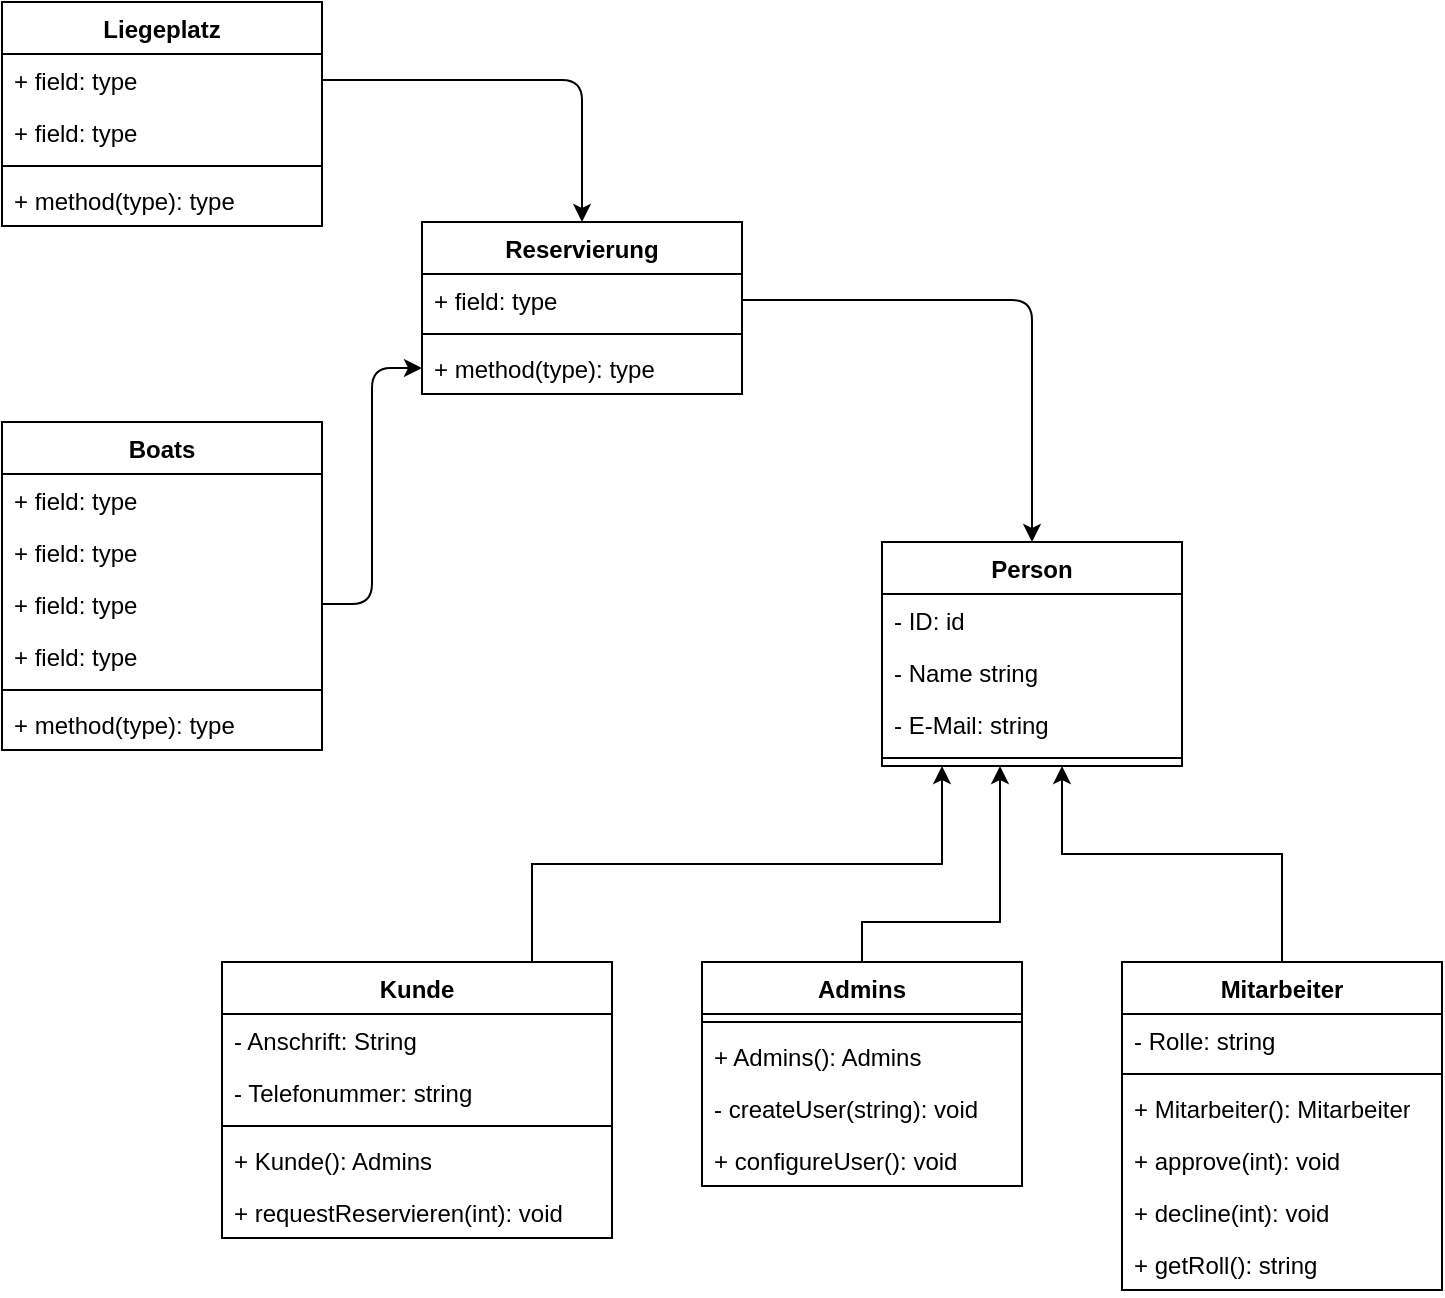
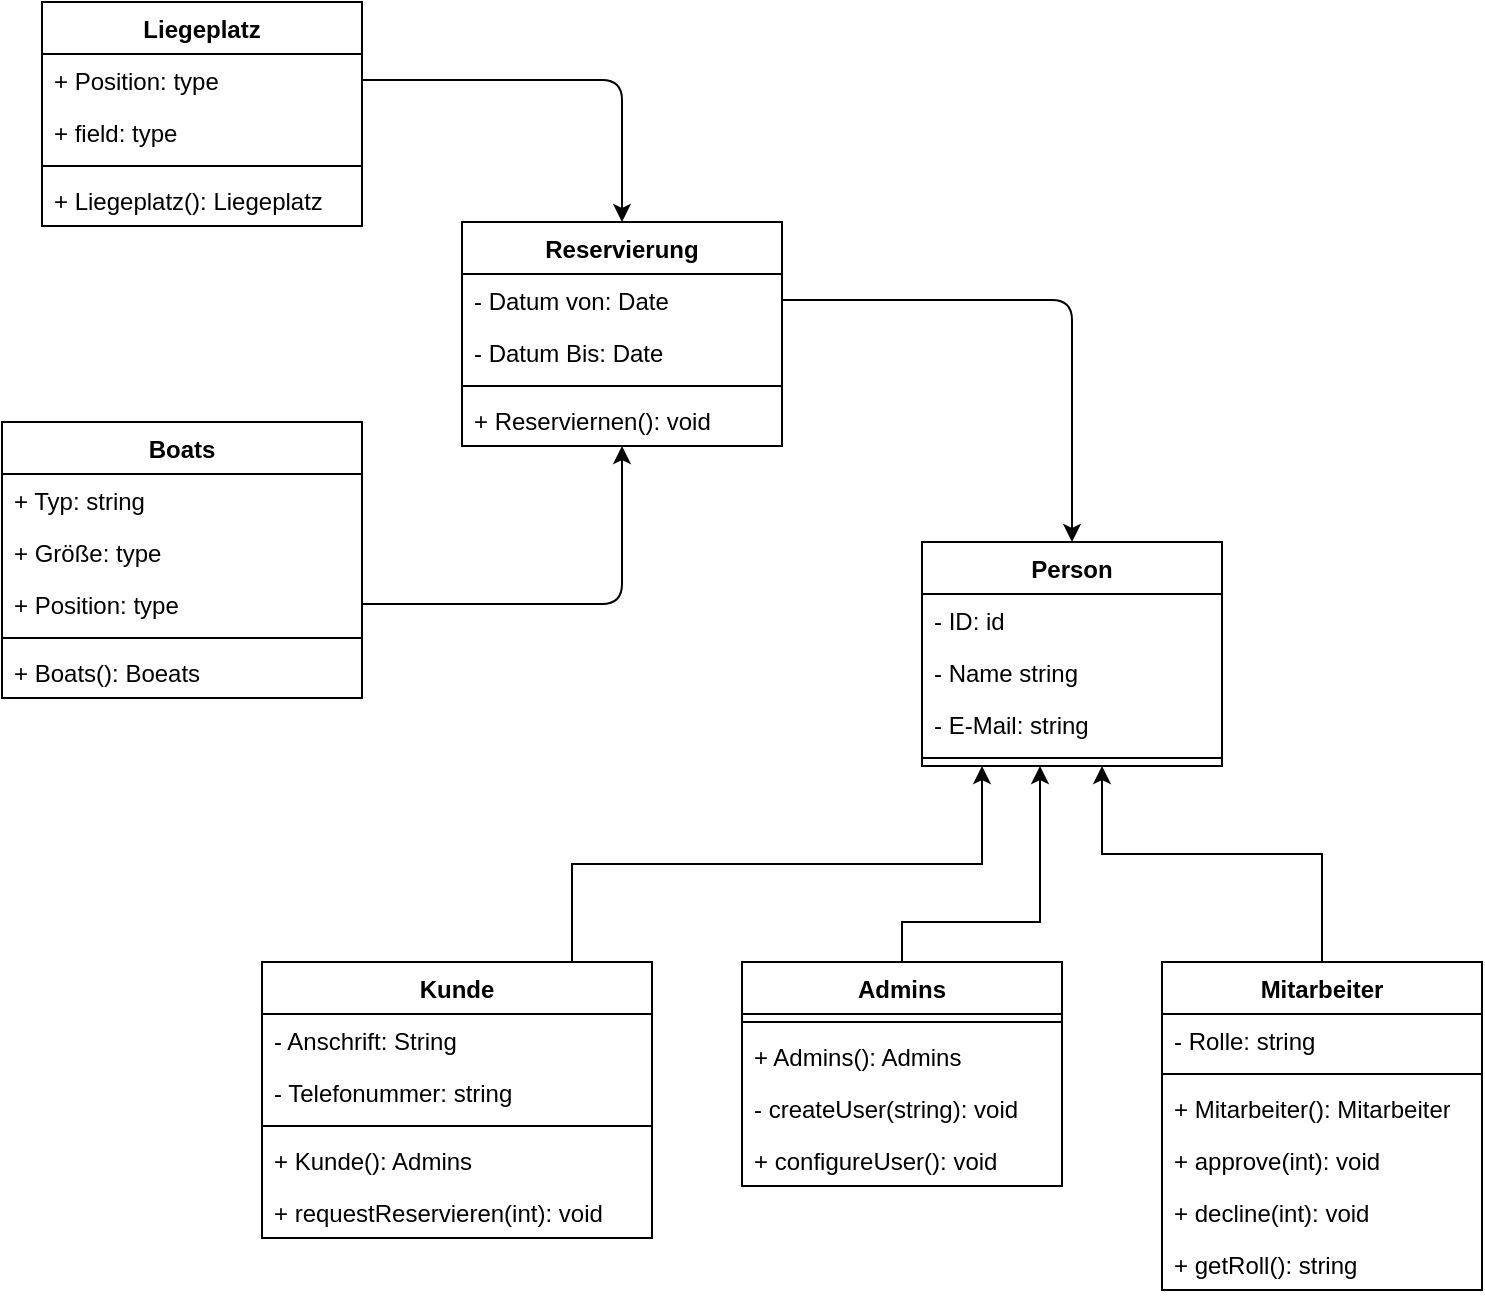
<mxfile host="65bd71144e">
    <diagram name="Page-1" id="9OoCb4LCpa7YlqVUgmHh">
-         <mxGraphModel dx="1272" dy="1338" grid="1" gridSize="10" guides="1" tooltips="1" connect="1" arrows="1" fold="1" page="1" pageScale="1" pageWidth="850" pageHeight="1100" math="0" shadow="0">
+         <mxGraphModel dx="1040" dy="743" grid="1" gridSize="10" guides="1" tooltips="1" connect="1" arrows="1" fold="1" page="1" pageScale="1" pageWidth="850" pageHeight="1100" math="0" shadow="0">
            <root>
                <mxCell id="0"/>
                <mxCell id="1" parent="0"/>
                <mxCell id="7pZR6Eqi53u3HSYLm5XF-1" value="Person" style="swimlane;fontStyle=1;align=center;verticalAlign=top;childLayout=stackLayout;horizontal=1;startSize=26;horizontalStack=0;resizeParent=1;resizeParentMax=0;resizeLast=0;collapsible=1;marginBottom=0;whiteSpace=wrap;html=1;" parent="1" vertex="1">
                    <mxGeometry x="560" y="340" width="150" height="112" as="geometry"/>
                </mxCell>
                <mxCell id="7pZR6Eqi53u3HSYLm5XF-2" value="- ID: id" style="text;strokeColor=none;fillColor=none;align=left;verticalAlign=top;spacingLeft=4;spacingRight=4;overflow=hidden;rotatable=0;points=[[0,0.5],[1,0.5]];portConstraint=eastwest;whiteSpace=wrap;html=1;" parent="7pZR6Eqi53u3HSYLm5XF-1" vertex="1">
                    <mxGeometry y="26" width="150" height="26" as="geometry"/>
                </mxCell>
                <mxCell id="7pZR6Eqi53u3HSYLm5XF-37" value="- Name string" style="text;strokeColor=none;fillColor=none;align=left;verticalAlign=top;spacingLeft=4;spacingRight=4;overflow=hidden;rotatable=0;points=[[0,0.5],[1,0.5]];portConstraint=eastwest;whiteSpace=wrap;html=1;" parent="7pZR6Eqi53u3HSYLm5XF-1" vertex="1">
                    <mxGeometry y="52" width="150" height="26" as="geometry"/>
                </mxCell>
                <mxCell id="7pZR6Eqi53u3HSYLm5XF-41" value="- E-Mail: string" style="text;strokeColor=none;fillColor=none;align=left;verticalAlign=top;spacingLeft=4;spacingRight=4;overflow=hidden;rotatable=0;points=[[0,0.5],[1,0.5]];portConstraint=eastwest;whiteSpace=wrap;html=1;" parent="7pZR6Eqi53u3HSYLm5XF-1" vertex="1">
                    <mxGeometry y="78" width="150" height="26" as="geometry"/>
                </mxCell>
                <mxCell id="7pZR6Eqi53u3HSYLm5XF-3" value="" style="line;strokeWidth=1;fillColor=none;align=left;verticalAlign=middle;spacingTop=-1;spacingLeft=3;spacingRight=3;rotatable=0;labelPosition=right;points=[];portConstraint=eastwest;strokeColor=inherit;" parent="7pZR6Eqi53u3HSYLm5XF-1" vertex="1">
                    <mxGeometry y="104" width="150" height="8" as="geometry"/>
                </mxCell>
                <mxCell id="7pZR6Eqi53u3HSYLm5XF-5" value="Admins" style="swimlane;fontStyle=1;align=center;verticalAlign=top;childLayout=stackLayout;horizontal=1;startSize=26;horizontalStack=0;resizeParent=1;resizeParentMax=0;resizeLast=0;collapsible=1;marginBottom=0;whiteSpace=wrap;html=1;" parent="1" vertex="1">
                    <mxGeometry x="470" y="550" width="160" height="112" as="geometry"/>
                </mxCell>
                <mxCell id="7pZR6Eqi53u3HSYLm5XF-7" value="" style="line;strokeWidth=1;fillColor=none;align=left;verticalAlign=middle;spacingTop=-1;spacingLeft=3;spacingRight=3;rotatable=0;labelPosition=right;points=[];portConstraint=eastwest;strokeColor=inherit;" parent="7pZR6Eqi53u3HSYLm5XF-5" vertex="1">
                    <mxGeometry y="26" width="160" height="8" as="geometry"/>
                </mxCell>
                <mxCell id="7pZR6Eqi53u3HSYLm5XF-45" value="+ Admins(): Admins" style="text;strokeColor=none;fillColor=none;align=left;verticalAlign=top;spacingLeft=4;spacingRight=4;overflow=hidden;rotatable=0;points=[[0,0.5],[1,0.5]];portConstraint=eastwest;whiteSpace=wrap;html=1;" parent="7pZR6Eqi53u3HSYLm5XF-5" vertex="1">
                    <mxGeometry y="34" width="160" height="26" as="geometry"/>
                </mxCell>
                <mxCell id="7pZR6Eqi53u3HSYLm5XF-8" value="- createUser(string): void" style="text;strokeColor=none;fillColor=none;align=left;verticalAlign=top;spacingLeft=4;spacingRight=4;overflow=hidden;rotatable=0;points=[[0,0.5],[1,0.5]];portConstraint=eastwest;whiteSpace=wrap;html=1;" parent="7pZR6Eqi53u3HSYLm5XF-5" vertex="1">
                    <mxGeometry y="60" width="160" height="26" as="geometry"/>
                </mxCell>
                <mxCell id="7pZR6Eqi53u3HSYLm5XF-86" value="+ configureUser(): void" style="text;strokeColor=none;fillColor=none;align=left;verticalAlign=top;spacingLeft=4;spacingRight=4;overflow=hidden;rotatable=0;points=[[0,0.5],[1,0.5]];portConstraint=eastwest;whiteSpace=wrap;html=1;" parent="7pZR6Eqi53u3HSYLm5XF-5" vertex="1">
                    <mxGeometry y="86" width="160" height="26" as="geometry"/>
                </mxCell>
                <mxCell id="7pZR6Eqi53u3HSYLm5XF-38" style="edgeStyle=orthogonalEdgeStyle;rounded=0;orthogonalLoop=1;jettySize=auto;html=1;" parent="1" source="7pZR6Eqi53u3HSYLm5XF-9" target="7pZR6Eqi53u3HSYLm5XF-1" edge="1">
                    <mxGeometry relative="1" as="geometry">
                        <mxPoint x="660" y="460" as="targetPoint"/>
                        <Array as="points">
                            <mxPoint x="760" y="496"/>
                            <mxPoint x="650" y="496"/>
                        </Array>
                    </mxGeometry>
                </mxCell>
                <mxCell id="7pZR6Eqi53u3HSYLm5XF-9" value="Mitarbeiter" style="swimlane;fontStyle=1;align=center;verticalAlign=top;childLayout=stackLayout;horizontal=1;startSize=26;horizontalStack=0;resizeParent=1;resizeParentMax=0;resizeLast=0;collapsible=1;marginBottom=0;whiteSpace=wrap;html=1;" parent="1" vertex="1">
                    <mxGeometry x="680" y="550" width="160" height="164" as="geometry"/>
                </mxCell>
                <mxCell id="7pZR6Eqi53u3HSYLm5XF-10" value="- Rolle: string" style="text;strokeColor=none;fillColor=none;align=left;verticalAlign=top;spacingLeft=4;spacingRight=4;overflow=hidden;rotatable=0;points=[[0,0.5],[1,0.5]];portConstraint=eastwest;whiteSpace=wrap;html=1;" parent="7pZR6Eqi53u3HSYLm5XF-9" vertex="1">
                    <mxGeometry y="26" width="160" height="26" as="geometry"/>
                </mxCell>
                <mxCell id="7pZR6Eqi53u3HSYLm5XF-11" value="" style="line;strokeWidth=1;fillColor=none;align=left;verticalAlign=middle;spacingTop=-1;spacingLeft=3;spacingRight=3;rotatable=0;labelPosition=right;points=[];portConstraint=eastwest;strokeColor=inherit;" parent="7pZR6Eqi53u3HSYLm5XF-9" vertex="1">
                    <mxGeometry y="52" width="160" height="8" as="geometry"/>
                </mxCell>
                <mxCell id="7pZR6Eqi53u3HSYLm5XF-44" value="+ Mitarbeiter(): Mitarbeiter" style="text;strokeColor=none;fillColor=none;align=left;verticalAlign=top;spacingLeft=4;spacingRight=4;overflow=hidden;rotatable=0;points=[[0,0.5],[1,0.5]];portConstraint=eastwest;whiteSpace=wrap;html=1;" parent="7pZR6Eqi53u3HSYLm5XF-9" vertex="1">
                    <mxGeometry y="60" width="160" height="26" as="geometry"/>
                </mxCell>
                <mxCell id="7pZR6Eqi53u3HSYLm5XF-12" value="+ approve(int): void" style="text;strokeColor=none;fillColor=none;align=left;verticalAlign=top;spacingLeft=4;spacingRight=4;overflow=hidden;rotatable=0;points=[[0,0.5],[1,0.5]];portConstraint=eastwest;whiteSpace=wrap;html=1;" parent="7pZR6Eqi53u3HSYLm5XF-9" vertex="1">
                    <mxGeometry y="86" width="160" height="26" as="geometry"/>
                </mxCell>
                <mxCell id="7pZR6Eqi53u3HSYLm5XF-43" value="+ decline(int): void" style="text;strokeColor=none;fillColor=none;align=left;verticalAlign=top;spacingLeft=4;spacingRight=4;overflow=hidden;rotatable=0;points=[[0,0.5],[1,0.5]];portConstraint=eastwest;whiteSpace=wrap;html=1;" parent="7pZR6Eqi53u3HSYLm5XF-9" vertex="1">
                    <mxGeometry y="112" width="160" height="26" as="geometry"/>
                </mxCell>
                <mxCell id="7pZR6Eqi53u3HSYLm5XF-88" value="+ getRoll(): string" style="text;strokeColor=none;fillColor=none;align=left;verticalAlign=top;spacingLeft=4;spacingRight=4;overflow=hidden;rotatable=0;points=[[0,0.5],[1,0.5]];portConstraint=eastwest;whiteSpace=wrap;html=1;" parent="7pZR6Eqi53u3HSYLm5XF-9" vertex="1">
                    <mxGeometry y="138" width="160" height="26" as="geometry"/>
                </mxCell>
                <mxCell id="7pZR6Eqi53u3HSYLm5XF-13" value="Boats" style="swimlane;fontStyle=1;align=center;verticalAlign=top;childLayout=stackLayout;horizontal=1;startSize=26;horizontalStack=0;resizeParent=1;resizeParentMax=0;resizeLast=0;collapsible=1;marginBottom=0;whiteSpace=wrap;html=1;" parent="1" vertex="1">
-                     <mxGeometry x="120" y="280" width="160" height="164" as="geometry"/>
+                     <mxGeometry x="100" y="280" width="180" height="138" as="geometry"/>
                </mxCell>
-                 <mxCell id="7pZR6Eqi53u3HSYLm5XF-14" value="+ field: type" style="text;strokeColor=none;fillColor=none;align=left;verticalAlign=top;spacingLeft=4;spacingRight=4;overflow=hidden;rotatable=0;points=[[0,0.5],[1,0.5]];portConstraint=eastwest;whiteSpace=wrap;html=1;" parent="7pZR6Eqi53u3HSYLm5XF-13" vertex="1">
-                     <mxGeometry y="26" width="160" height="26" as="geometry"/>
+                 <mxCell id="7pZR6Eqi53u3HSYLm5XF-14" value="+ Typ: string" style="text;strokeColor=none;fillColor=none;align=left;verticalAlign=top;spacingLeft=4;spacingRight=4;overflow=hidden;rotatable=0;points=[[0,0.5],[1,0.5]];portConstraint=eastwest;whiteSpace=wrap;html=1;" parent="7pZR6Eqi53u3HSYLm5XF-13" vertex="1">
+                     <mxGeometry y="26" width="180" height="26" as="geometry"/>
                </mxCell>
-                 <mxCell id="7" value="+ field: type" style="text;strokeColor=none;fillColor=none;align=left;verticalAlign=top;spacingLeft=4;spacingRight=4;overflow=hidden;rotatable=0;points=[[0,0.5],[1,0.5]];portConstraint=eastwest;whiteSpace=wrap;html=1;" vertex="1" parent="7pZR6Eqi53u3HSYLm5XF-13">
-                     <mxGeometry y="52" width="160" height="26" as="geometry"/>
+                 <mxCell id="7" value="+ Größe: type" style="text;strokeColor=none;fillColor=none;align=left;verticalAlign=top;spacingLeft=4;spacingRight=4;overflow=hidden;rotatable=0;points=[[0,0.5],[1,0.5]];portConstraint=eastwest;whiteSpace=wrap;html=1;" parent="7pZR6Eqi53u3HSYLm5XF-13" vertex="1">
+                     <mxGeometry y="52" width="180" height="26" as="geometry"/>
                </mxCell>
-                 <mxCell id="8" value="+ field: type" style="text;strokeColor=none;fillColor=none;align=left;verticalAlign=top;spacingLeft=4;spacingRight=4;overflow=hidden;rotatable=0;points=[[0,0.5],[1,0.5]];portConstraint=eastwest;whiteSpace=wrap;html=1;" vertex="1" parent="7pZR6Eqi53u3HSYLm5XF-13">
-                     <mxGeometry y="78" width="160" height="26" as="geometry"/>
-                 </mxCell>
-                 <mxCell id="5" value="+ field: type" style="text;strokeColor=none;fillColor=none;align=left;verticalAlign=top;spacingLeft=4;spacingRight=4;overflow=hidden;rotatable=0;points=[[0,0.5],[1,0.5]];portConstraint=eastwest;whiteSpace=wrap;html=1;" vertex="1" parent="7pZR6Eqi53u3HSYLm5XF-13">
-                     <mxGeometry y="104" width="160" height="26" as="geometry"/>
+                 <mxCell id="8" value="+ Position: type" style="text;strokeColor=none;fillColor=none;align=left;verticalAlign=top;spacingLeft=4;spacingRight=4;overflow=hidden;rotatable=0;points=[[0,0.5],[1,0.5]];portConstraint=eastwest;whiteSpace=wrap;html=1;" parent="7pZR6Eqi53u3HSYLm5XF-13" vertex="1">
+                     <mxGeometry y="78" width="180" height="26" as="geometry"/>
                </mxCell>
                <mxCell id="7pZR6Eqi53u3HSYLm5XF-15" value="" style="line;strokeWidth=1;fillColor=none;align=left;verticalAlign=middle;spacingTop=-1;spacingLeft=3;spacingRight=3;rotatable=0;labelPosition=right;points=[];portConstraint=eastwest;strokeColor=inherit;" parent="7pZR6Eqi53u3HSYLm5XF-13" vertex="1">
-                     <mxGeometry y="130" width="160" height="8" as="geometry"/>
+                     <mxGeometry y="104" width="180" height="8" as="geometry"/>
                </mxCell>
-                 <mxCell id="7pZR6Eqi53u3HSYLm5XF-16" value="+ method(type): type" style="text;strokeColor=none;fillColor=none;align=left;verticalAlign=top;spacingLeft=4;spacingRight=4;overflow=hidden;rotatable=0;points=[[0,0.5],[1,0.5]];portConstraint=eastwest;whiteSpace=wrap;html=1;" parent="7pZR6Eqi53u3HSYLm5XF-13" vertex="1">
-                     <mxGeometry y="138" width="160" height="26" as="geometry"/>
+                 <mxCell id="13" value="+ Boats(): Boeats" style="text;strokeColor=none;fillColor=none;align=left;verticalAlign=top;spacingLeft=4;spacingRight=4;overflow=hidden;rotatable=0;points=[[0,0.5],[1,0.5]];portConstraint=eastwest;whiteSpace=wrap;html=1;" vertex="1" parent="7pZR6Eqi53u3HSYLm5XF-13">
+                     <mxGeometry y="112" width="180" height="26" as="geometry"/>
                </mxCell>
                <mxCell id="7pZR6Eqi53u3HSYLm5XF-17" value="Liegeplatz" style="swimlane;fontStyle=1;align=center;verticalAlign=top;childLayout=stackLayout;horizontal=1;startSize=26;horizontalStack=0;resizeParent=1;resizeParentMax=0;resizeLast=0;collapsible=1;marginBottom=0;whiteSpace=wrap;html=1;" parent="1" vertex="1">
                    <mxGeometry x="120" y="70" width="160" height="112" as="geometry"/>
                </mxCell>
-                 <mxCell id="7pZR6Eqi53u3HSYLm5XF-18" value="+ field: type" style="text;strokeColor=none;fillColor=none;align=left;verticalAlign=top;spacingLeft=4;spacingRight=4;overflow=hidden;rotatable=0;points=[[0,0.5],[1,0.5]];portConstraint=eastwest;whiteSpace=wrap;html=1;" parent="7pZR6Eqi53u3HSYLm5XF-17" vertex="1">
+                 <mxCell id="7pZR6Eqi53u3HSYLm5XF-18" value="+ Position: type" style="text;strokeColor=none;fillColor=none;align=left;verticalAlign=top;spacingLeft=4;spacingRight=4;overflow=hidden;rotatable=0;points=[[0,0.5],[1,0.5]];portConstraint=eastwest;whiteSpace=wrap;html=1;" parent="7pZR6Eqi53u3HSYLm5XF-17" vertex="1">
                    <mxGeometry y="26" width="160" height="26" as="geometry"/>
                </mxCell>
-                 <mxCell id="2" value="+ field: type" style="text;strokeColor=none;fillColor=none;align=left;verticalAlign=top;spacingLeft=4;spacingRight=4;overflow=hidden;rotatable=0;points=[[0,0.5],[1,0.5]];portConstraint=eastwest;whiteSpace=wrap;html=1;" vertex="1" parent="7pZR6Eqi53u3HSYLm5XF-17">
+                 <mxCell id="2" value="+ field: type" style="text;strokeColor=none;fillColor=none;align=left;verticalAlign=top;spacingLeft=4;spacingRight=4;overflow=hidden;rotatable=0;points=[[0,0.5],[1,0.5]];portConstraint=eastwest;whiteSpace=wrap;html=1;" parent="7pZR6Eqi53u3HSYLm5XF-17" vertex="1">
                    <mxGeometry y="52" width="160" height="26" as="geometry"/>
                </mxCell>
                <mxCell id="7pZR6Eqi53u3HSYLm5XF-19" value="" style="line;strokeWidth=1;fillColor=none;align=left;verticalAlign=middle;spacingTop=-1;spacingLeft=3;spacingRight=3;rotatable=0;labelPosition=right;points=[];portConstraint=eastwest;strokeColor=inherit;" parent="7pZR6Eqi53u3HSYLm5XF-17" vertex="1">
                    <mxGeometry y="78" width="160" height="8" as="geometry"/>
                </mxCell>
-                 <mxCell id="7pZR6Eqi53u3HSYLm5XF-20" value="+ method(type): type" style="text;strokeColor=none;fillColor=none;align=left;verticalAlign=top;spacingLeft=4;spacingRight=4;overflow=hidden;rotatable=0;points=[[0,0.5],[1,0.5]];portConstraint=eastwest;whiteSpace=wrap;html=1;" parent="7pZR6Eqi53u3HSYLm5XF-17" vertex="1">
+                 <mxCell id="7pZR6Eqi53u3HSYLm5XF-20" value="+ Liegeplatz(): Liegeplatz" style="text;strokeColor=none;fillColor=none;align=left;verticalAlign=top;spacingLeft=4;spacingRight=4;overflow=hidden;rotatable=0;points=[[0,0.5],[1,0.5]];portConstraint=eastwest;whiteSpace=wrap;html=1;" parent="7pZR6Eqi53u3HSYLm5XF-17" vertex="1">
                    <mxGeometry y="86" width="160" height="26" as="geometry"/>
                </mxCell>
                <mxCell id="7pZR6Eqi53u3HSYLm5XF-21" value="Reservierung" style="swimlane;fontStyle=1;align=center;verticalAlign=top;childLayout=stackLayout;horizontal=1;startSize=26;horizontalStack=0;resizeParent=1;resizeParentMax=0;resizeLast=0;collapsible=1;marginBottom=0;whiteSpace=wrap;html=1;" parent="1" vertex="1">
-                     <mxGeometry x="330" y="180" width="160" height="86" as="geometry"/>
+                     <mxGeometry x="330" y="180" width="160" height="112" as="geometry"/>
                </mxCell>
-                 <mxCell id="7pZR6Eqi53u3HSYLm5XF-22" value="+ field: type" style="text;strokeColor=none;fillColor=none;align=left;verticalAlign=top;spacingLeft=4;spacingRight=4;overflow=hidden;rotatable=0;points=[[0,0.5],[1,0.5]];portConstraint=eastwest;whiteSpace=wrap;html=1;" parent="7pZR6Eqi53u3HSYLm5XF-21" vertex="1">
+                 <mxCell id="7pZR6Eqi53u3HSYLm5XF-22" value="- Datum von: Date" style="text;strokeColor=none;fillColor=none;align=left;verticalAlign=top;spacingLeft=4;spacingRight=4;overflow=hidden;rotatable=0;points=[[0,0.5],[1,0.5]];portConstraint=eastwest;whiteSpace=wrap;html=1;" parent="7pZR6Eqi53u3HSYLm5XF-21" vertex="1">
                    <mxGeometry y="26" width="160" height="26" as="geometry"/>
                </mxCell>
+                 <mxCell id="12" value="- Datum Bis: Date" style="text;strokeColor=none;fillColor=none;align=left;verticalAlign=top;spacingLeft=4;spacingRight=4;overflow=hidden;rotatable=0;points=[[0,0.5],[1,0.5]];portConstraint=eastwest;whiteSpace=wrap;html=1;" vertex="1" parent="7pZR6Eqi53u3HSYLm5XF-21">
+                     <mxGeometry y="52" width="160" height="26" as="geometry"/>
+                 </mxCell>
                <mxCell id="7pZR6Eqi53u3HSYLm5XF-23" value="" style="line;strokeWidth=1;fillColor=none;align=left;verticalAlign=middle;spacingTop=-1;spacingLeft=3;spacingRight=3;rotatable=0;labelPosition=right;points=[];portConstraint=eastwest;strokeColor=inherit;" parent="7pZR6Eqi53u3HSYLm5XF-21" vertex="1">
-                     <mxGeometry y="52" width="160" height="8" as="geometry"/>
+                     <mxGeometry y="78" width="160" height="8" as="geometry"/>
                </mxCell>
-                 <mxCell id="7pZR6Eqi53u3HSYLm5XF-24" value="+ method(type): type" style="text;strokeColor=none;fillColor=none;align=left;verticalAlign=top;spacingLeft=4;spacingRight=4;overflow=hidden;rotatable=0;points=[[0,0.5],[1,0.5]];portConstraint=eastwest;whiteSpace=wrap;html=1;" parent="7pZR6Eqi53u3HSYLm5XF-21" vertex="1">
-                     <mxGeometry y="60" width="160" height="26" as="geometry"/>
+                 <mxCell id="14" value="+ Reserviernen(): void" style="text;strokeColor=none;fillColor=none;align=left;verticalAlign=top;spacingLeft=4;spacingRight=4;overflow=hidden;rotatable=0;points=[[0,0.5],[1,0.5]];portConstraint=eastwest;whiteSpace=wrap;html=1;" vertex="1" parent="7pZR6Eqi53u3HSYLm5XF-21">
+                     <mxGeometry y="86" width="160" height="26" as="geometry"/>
                </mxCell>
                <mxCell id="7pZR6Eqi53u3HSYLm5XF-39" style="edgeStyle=orthogonalEdgeStyle;rounded=0;orthogonalLoop=1;jettySize=auto;html=1;exitX=0.75;exitY=0;exitDx=0;exitDy=0;" parent="1" source="7pZR6Eqi53u3HSYLm5XF-29" target="7pZR6Eqi53u3HSYLm5XF-1" edge="1">
                    <mxGeometry relative="1" as="geometry">
                        <Array as="points">
                            <mxPoint x="385" y="501"/>
                            <mxPoint x="590" y="501"/>
                        </Array>
                    </mxGeometry>
                </mxCell>
                <mxCell id="7pZR6Eqi53u3HSYLm5XF-29" value="Kunde" style="swimlane;fontStyle=1;align=center;verticalAlign=top;childLayout=stackLayout;horizontal=1;startSize=26;horizontalStack=0;resizeParent=1;resizeParentMax=0;resizeLast=0;collapsible=1;marginBottom=0;whiteSpace=wrap;html=1;" parent="1" vertex="1">
                    <mxGeometry x="230" y="550" width="195" height="138" as="geometry"/>
                </mxCell>
                <mxCell id="7pZR6Eqi53u3HSYLm5XF-30" value="- Anschrift: String" style="text;strokeColor=none;fillColor=none;align=left;verticalAlign=top;spacingLeft=4;spacingRight=4;overflow=hidden;rotatable=0;points=[[0,0.5],[1,0.5]];portConstraint=eastwest;whiteSpace=wrap;html=1;" parent="7pZR6Eqi53u3HSYLm5XF-29" vertex="1">
                    <mxGeometry y="26" width="195" height="26" as="geometry"/>
                </mxCell>
                <mxCell id="7pZR6Eqi53u3HSYLm5XF-40" value="&lt;span style=&quot;background-color: transparent; color: light-dark(rgb(0, 0, 0), rgb(255, 255, 255));&quot;&gt;- Telefonummer: string&lt;/span&gt;" style="text;strokeColor=none;fillColor=none;align=left;verticalAlign=top;spacingLeft=4;spacingRight=4;overflow=hidden;rotatable=0;points=[[0,0.5],[1,0.5]];portConstraint=eastwest;whiteSpace=wrap;html=1;" parent="7pZR6Eqi53u3HSYLm5XF-29" vertex="1">
                    <mxGeometry y="52" width="195" height="26" as="geometry"/>
                </mxCell>
                <mxCell id="7pZR6Eqi53u3HSYLm5XF-31" value="" style="line;strokeWidth=1;fillColor=none;align=left;verticalAlign=middle;spacingTop=-1;spacingLeft=3;spacingRight=3;rotatable=0;labelPosition=right;points=[];portConstraint=eastwest;strokeColor=inherit;" parent="7pZR6Eqi53u3HSYLm5XF-29" vertex="1">
                    <mxGeometry y="78" width="195" height="8" as="geometry"/>
                </mxCell>
                <mxCell id="7pZR6Eqi53u3HSYLm5XF-85" value="+ Kunde(): Admins" style="text;strokeColor=none;fillColor=none;align=left;verticalAlign=top;spacingLeft=4;spacingRight=4;overflow=hidden;rotatable=0;points=[[0,0.5],[1,0.5]];portConstraint=eastwest;whiteSpace=wrap;html=1;" parent="7pZR6Eqi53u3HSYLm5XF-29" vertex="1">
                    <mxGeometry y="86" width="195" height="26" as="geometry"/>
                </mxCell>
                <mxCell id="7pZR6Eqi53u3HSYLm5XF-32" value="+ requestReservieren(int): void" style="text;strokeColor=none;fillColor=none;align=left;verticalAlign=top;spacingLeft=4;spacingRight=4;overflow=hidden;rotatable=0;points=[[0,0.5],[1,0.5]];portConstraint=eastwest;whiteSpace=wrap;html=1;" parent="7pZR6Eqi53u3HSYLm5XF-29" vertex="1">
                    <mxGeometry y="112" width="195" height="26" as="geometry"/>
                </mxCell>
                <mxCell id="7pZR6Eqi53u3HSYLm5XF-34" style="edgeStyle=orthogonalEdgeStyle;rounded=0;orthogonalLoop=1;jettySize=auto;html=1;exitX=0.5;exitY=0;exitDx=0;exitDy=0;" parent="1" source="7pZR6Eqi53u3HSYLm5XF-5" target="7pZR6Eqi53u3HSYLm5XF-1" edge="1">
                    <mxGeometry relative="1" as="geometry">
                        <mxPoint x="619" y="460" as="targetPoint"/>
                        <Array as="points">
                            <mxPoint x="550" y="530"/>
                            <mxPoint x="619" y="530"/>
                        </Array>
                    </mxGeometry>
                </mxCell>
-                 <mxCell id="4" style="edgeStyle=orthogonalEdgeStyle;html=1;entryX=0.5;entryY=0;entryDx=0;entryDy=0;" edge="1" parent="1" source="7pZR6Eqi53u3HSYLm5XF-18" target="7pZR6Eqi53u3HSYLm5XF-21">
+                 <mxCell id="4" style="edgeStyle=orthogonalEdgeStyle;html=1;entryX=0.5;entryY=0;entryDx=0;entryDy=0;" parent="1" source="7pZR6Eqi53u3HSYLm5XF-18" target="7pZR6Eqi53u3HSYLm5XF-21" edge="1">
                    <mxGeometry relative="1" as="geometry"/>
                </mxCell>
-                 <mxCell id="10" style="edgeStyle=orthogonalEdgeStyle;html=1;" edge="1" parent="1" source="8" target="7pZR6Eqi53u3HSYLm5XF-24">
-                     <mxGeometry relative="1" as="geometry"/>
+                 <mxCell id="10" style="edgeStyle=orthogonalEdgeStyle;html=1;entryX=0.5;entryY=1;entryDx=0;entryDy=0;" parent="1" source="8" target="7pZR6Eqi53u3HSYLm5XF-21" edge="1">
+                     <mxGeometry relative="1" as="geometry">
+                         <mxPoint x="330" y="278.9999999999999" as="targetPoint"/>
+                     </mxGeometry>
                </mxCell>
-                 <mxCell id="11" style="edgeStyle=orthogonalEdgeStyle;html=1;entryX=0.5;entryY=0;entryDx=0;entryDy=0;" edge="1" parent="1" source="7pZR6Eqi53u3HSYLm5XF-22" target="7pZR6Eqi53u3HSYLm5XF-1">
+                 <mxCell id="11" style="edgeStyle=orthogonalEdgeStyle;html=1;entryX=0.5;entryY=0;entryDx=0;entryDy=0;" parent="1" source="7pZR6Eqi53u3HSYLm5XF-22" target="7pZR6Eqi53u3HSYLm5XF-1" edge="1">
                    <mxGeometry relative="1" as="geometry"/>
                </mxCell>
            </root>
        </mxGraphModel>
    </diagram>
</mxfile>